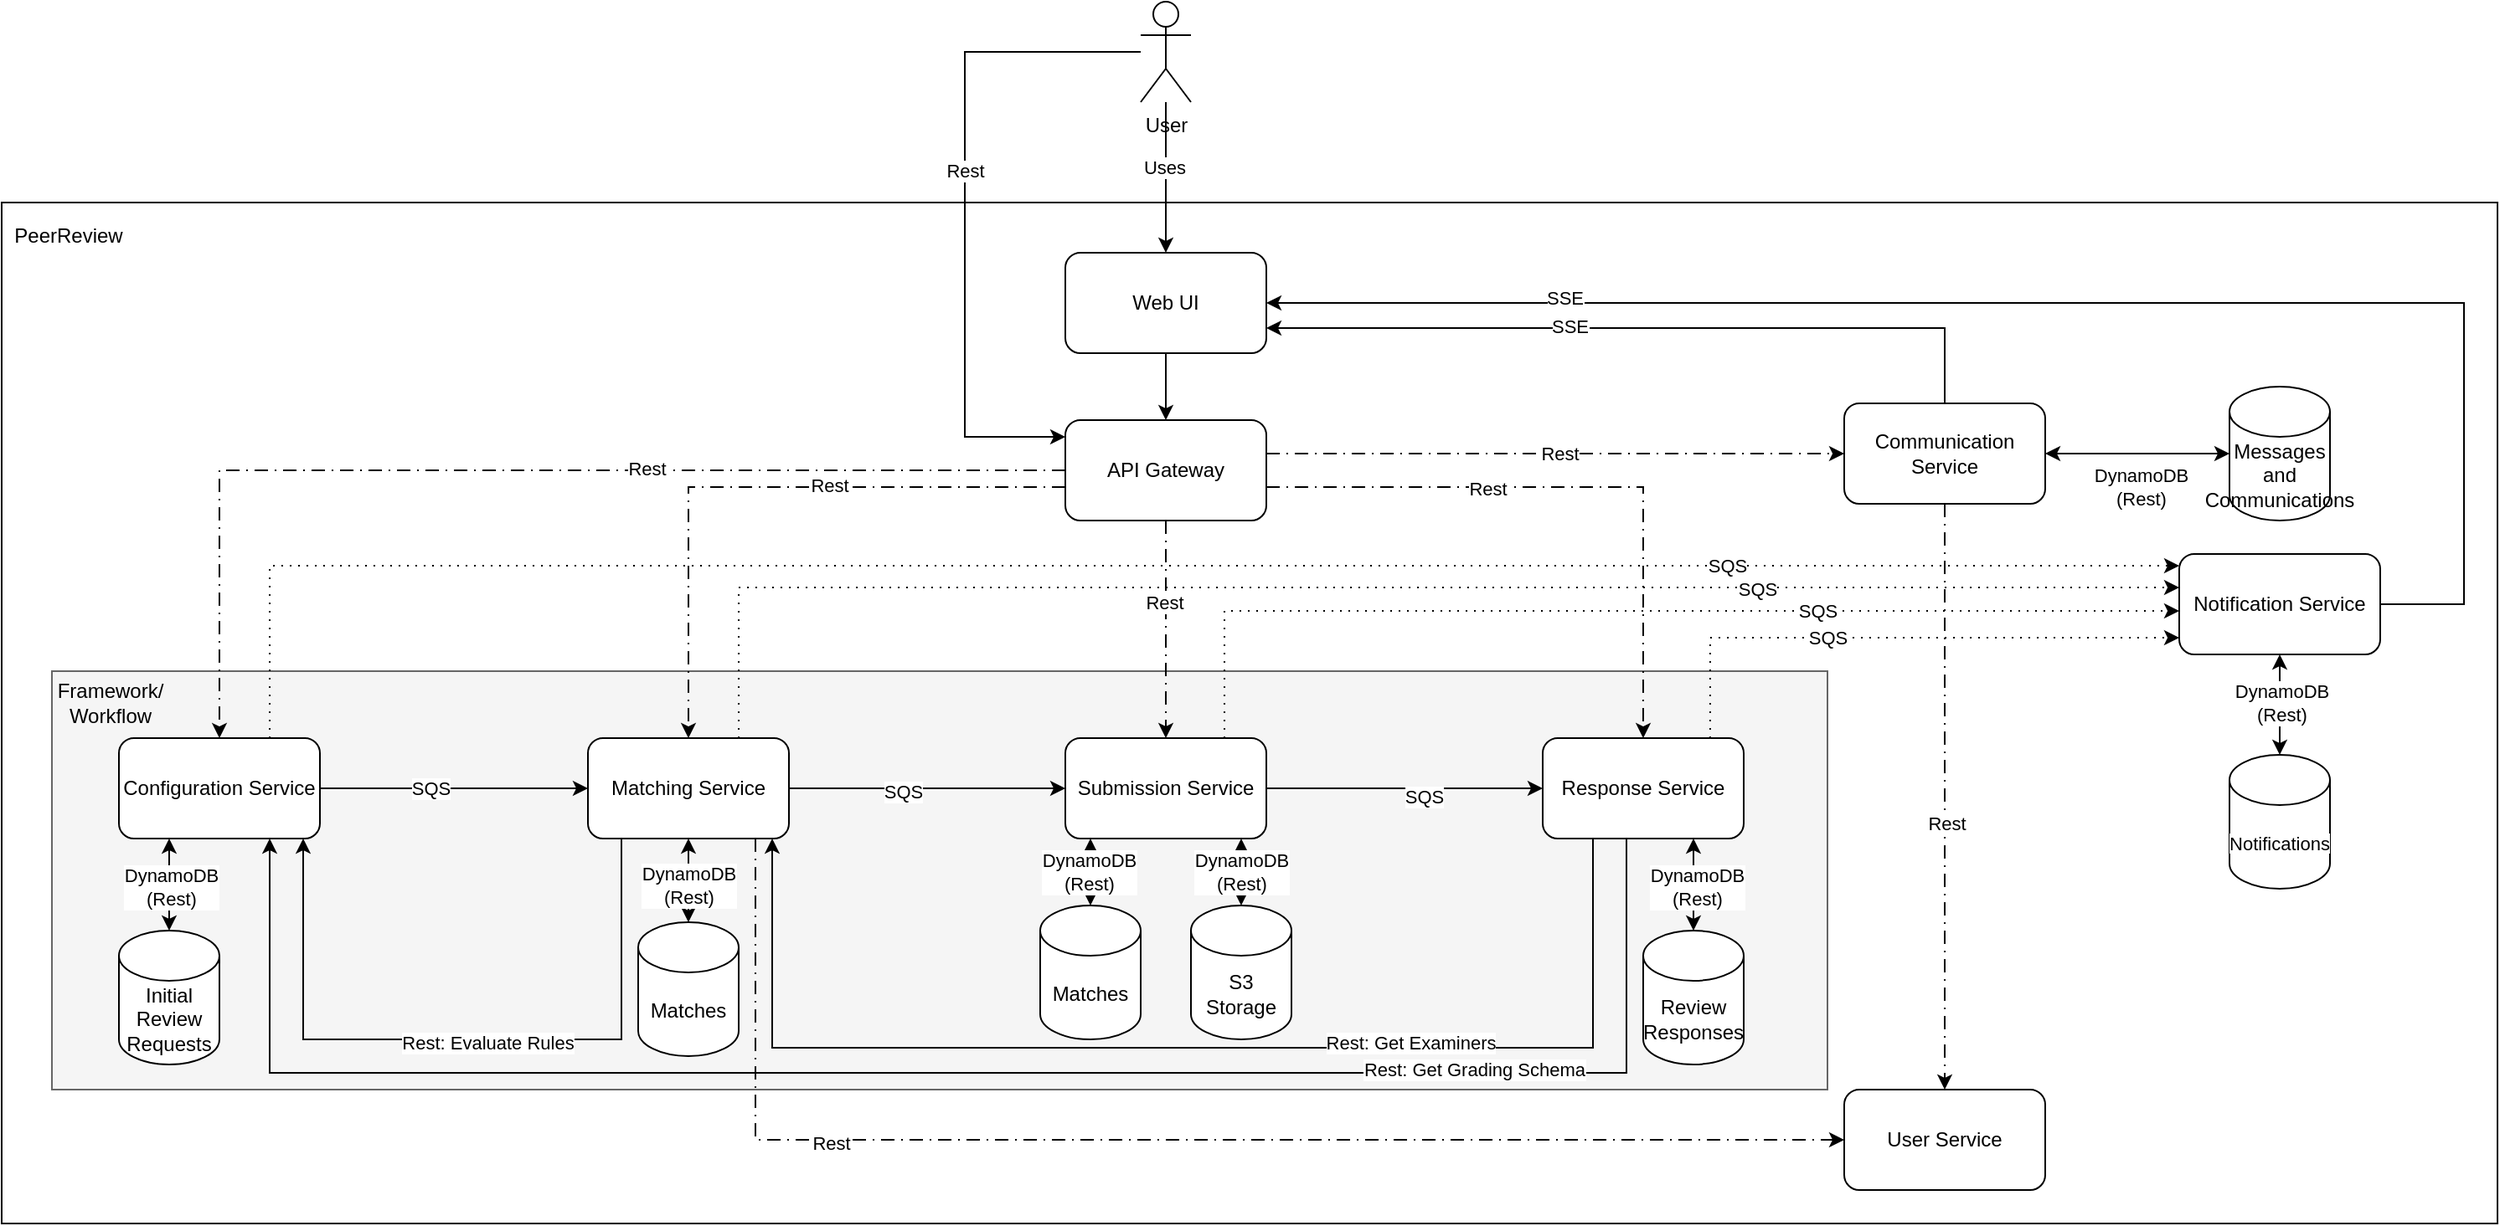
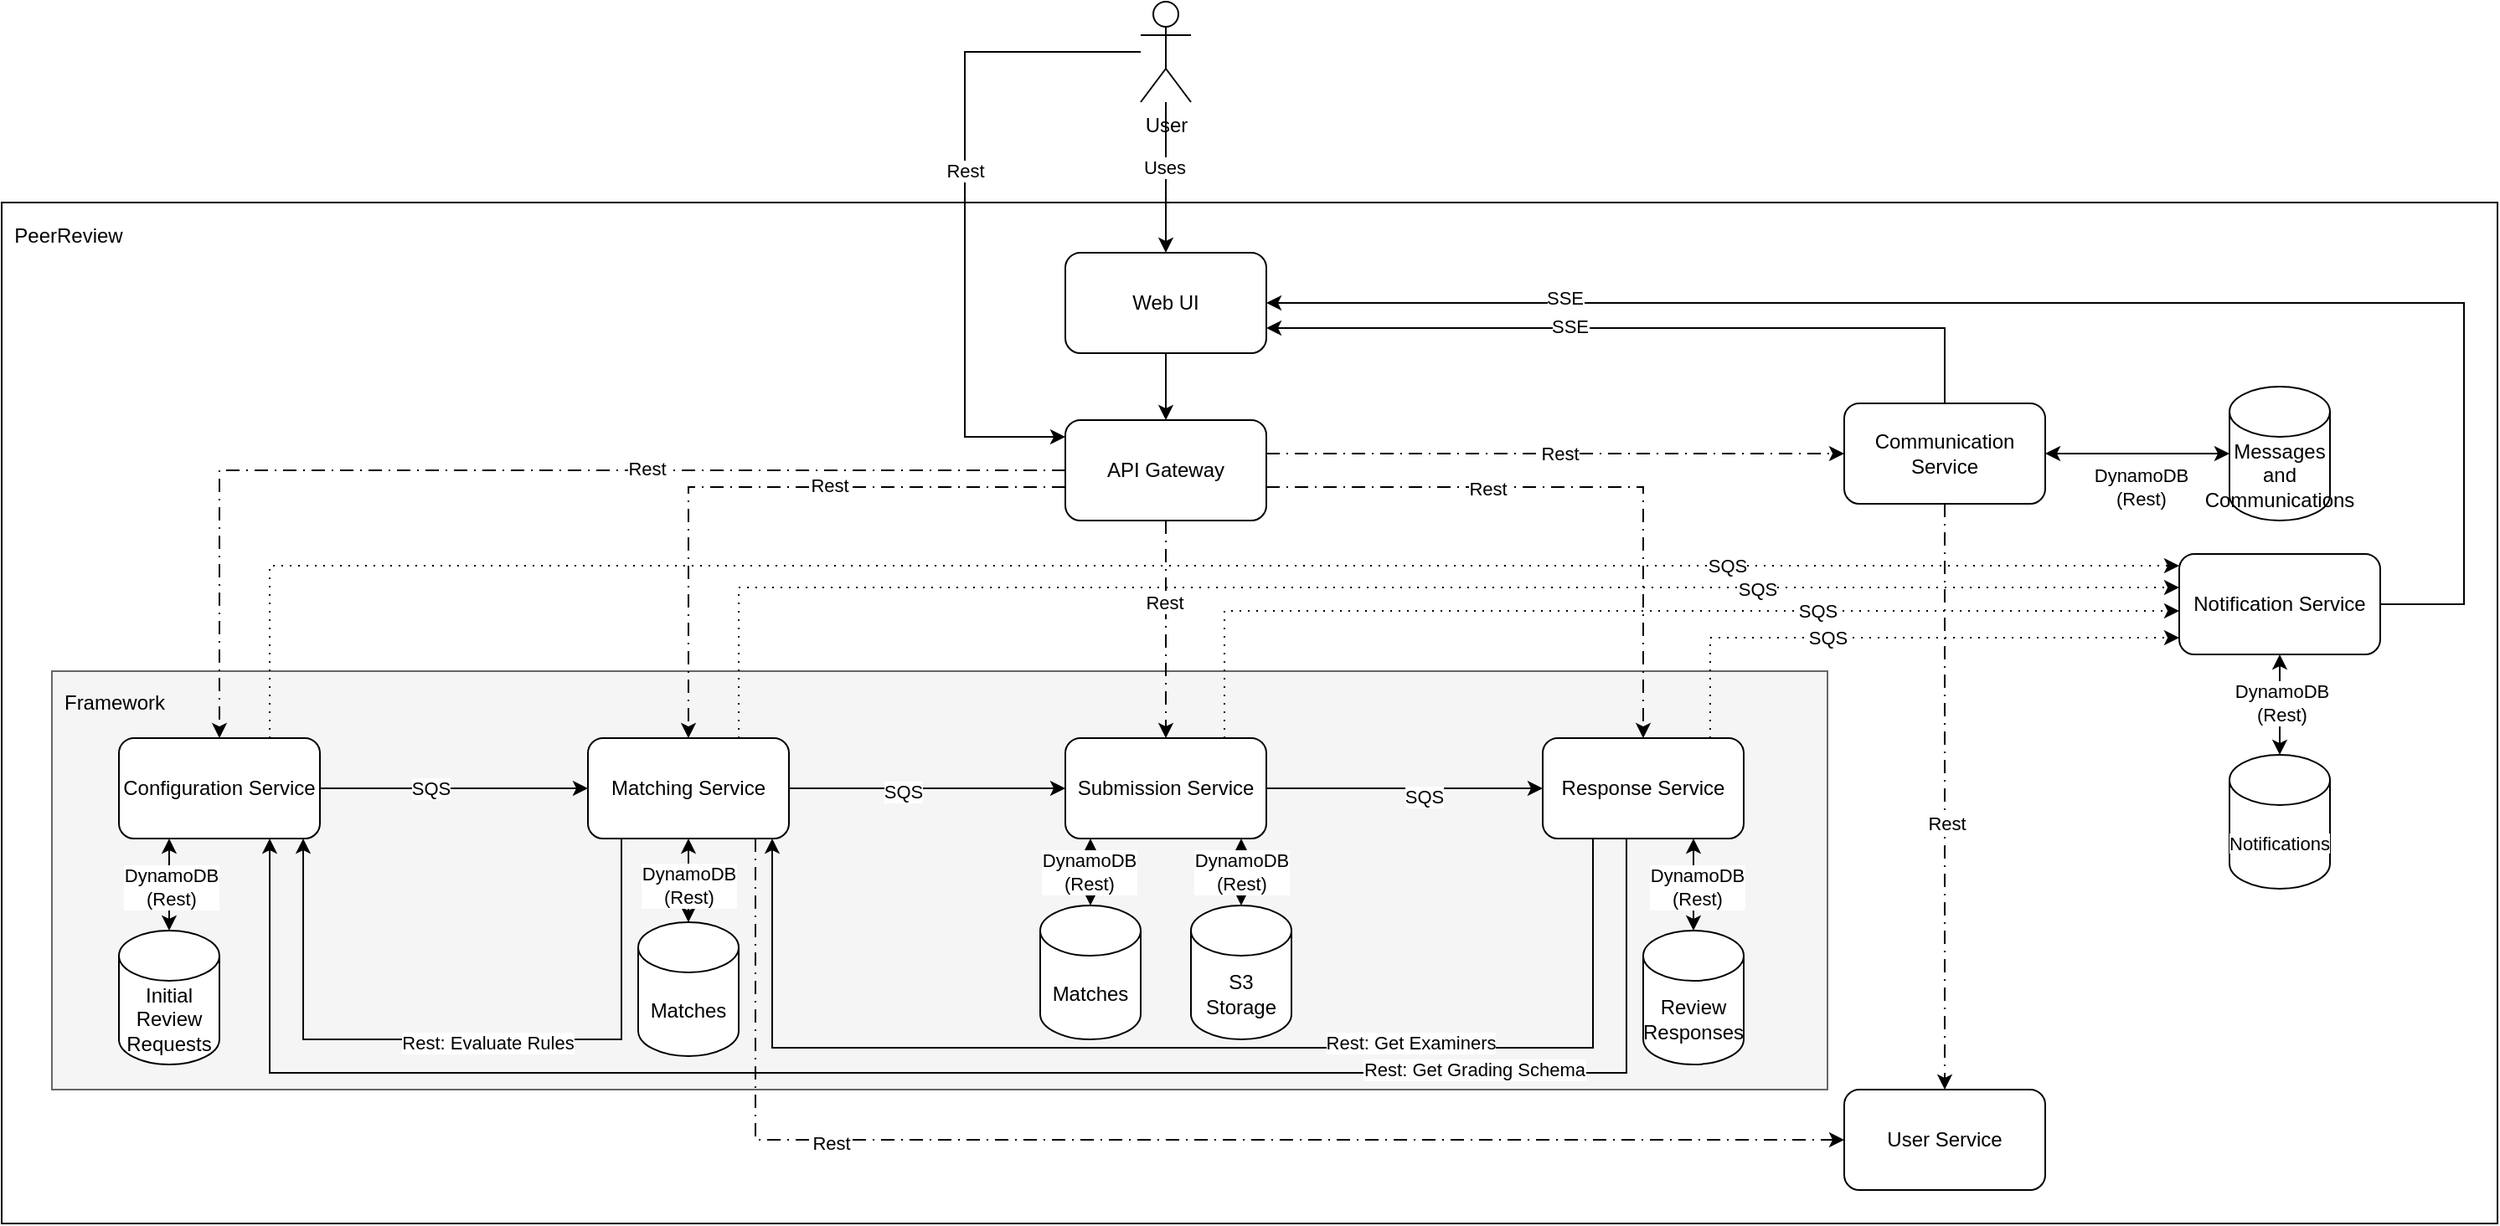
<mxfile host="Electron" agent="Mozilla/5.0 (X11; Linux x86_64) AppleWebKit/537.36 (KHTML, like Gecko) draw.io/28.2.5 Chrome/138.0.7204.251 Electron/37.6.1 Safari/537.36" pages="2">
  <diagram name="High Level" id="ID3RAyzOV6fLb8l5Ptma">
-     <mxGraphModel dx="2727" dy="2542" grid="1" gridSize="10" guides="1" tooltips="1" connect="1" arrows="1" fold="1" page="1" pageScale="1" pageWidth="827" pageHeight="1169" math="0" shadow="0">
+     <mxGraphModel dx="1739" dy="1828" grid="1" gridSize="10" guides="1" tooltips="1" connect="1" arrows="1" fold="1" page="1" pageScale="1" pageWidth="827" pageHeight="1169" math="0" shadow="0">
      <root>
        <mxCell id="0" />
        <mxCell id="1" parent="0" />
        <mxCell id="NVj9iPbqjQfBS6VMhpZ8-39" parent="1" style="rounded=0;whiteSpace=wrap;html=1;strokeColor=default;" value="" vertex="1">
          <mxGeometry height="610" width="1490" x="-40" y="110" as="geometry" />
        </mxCell>
        <mxCell id="slFzvp3YNuIOqwgEVRnD-15" parent="1" style="rounded=0;whiteSpace=wrap;html=1;fillColor=#f5f5f5;fontColor=#333333;strokeColor=#666666;" value="" vertex="1">
          <mxGeometry height="250" width="1060" x="-10" y="390" as="geometry" />
        </mxCell>
        <mxCell id="NVj9iPbqjQfBS6VMhpZ8-58" edge="1" parent="1" source="ausk1SaVNXoRTjEbY8qj-3" style="edgeStyle=orthogonalEdgeStyle;rounded=0;orthogonalLoop=1;jettySize=auto;html=1;dashed=1;dashPattern=8 4 1 4;" target="NVj9iPbqjQfBS6VMhpZ8-6">
          <mxGeometry relative="1" as="geometry">
            <Array as="points">
              <mxPoint x="990" y="260" />
              <mxPoint x="990" y="260" />
            </Array>
          </mxGeometry>
        </mxCell>
        <mxCell id="NVj9iPbqjQfBS6VMhpZ8-59" connectable="0" parent="NVj9iPbqjQfBS6VMhpZ8-58" style="edgeLabel;html=1;align=center;verticalAlign=middle;resizable=0;points=[];" value="Rest" vertex="1">
          <mxGeometry relative="1" x="0.0141" as="geometry">
            <mxPoint as="offset" />
          </mxGeometry>
        </mxCell>
        <mxCell id="ausk1SaVNXoRTjEbY8qj-4" edge="1" parent="1" source="NVj9iPbqjQfBS6VMhpZ8-1" style="edgeStyle=orthogonalEdgeStyle;rounded=0;orthogonalLoop=1;jettySize=auto;html=1;" target="ausk1SaVNXoRTjEbY8qj-3">
          <mxGeometry relative="1" as="geometry">
            <Array as="points">
              <mxPoint x="655" y="250" />
              <mxPoint x="655" y="250" />
            </Array>
          </mxGeometry>
        </mxCell>
        <mxCell id="NVj9iPbqjQfBS6VMhpZ8-1" parent="1" style="rounded=1;whiteSpace=wrap;html=1;" value="Web UI" vertex="1">
          <mxGeometry height="60" width="120" x="595" y="140" as="geometry" />
        </mxCell>
        <mxCell id="NVj9iPbqjQfBS6VMhpZ8-61" edge="1" parent="1" source="NVj9iPbqjQfBS6VMhpZ8-4" style="edgeStyle=orthogonalEdgeStyle;rounded=0;orthogonalLoop=1;jettySize=auto;html=1;dashed=1;dashPattern=1 4;" target="NVj9iPbqjQfBS6VMhpZ8-12">
          <mxGeometry relative="1" as="geometry">
            <Array as="points">
              <mxPoint x="690" y="354" />
            </Array>
          </mxGeometry>
        </mxCell>
        <mxCell id="NVj9iPbqjQfBS6VMhpZ8-62" connectable="0" parent="NVj9iPbqjQfBS6VMhpZ8-61" style="edgeLabel;html=1;align=center;verticalAlign=middle;resizable=0;points=[];" value="SQS" vertex="1">
          <mxGeometry relative="1" x="-0.1511" y="1" as="geometry">
            <mxPoint x="156" y="1" as="offset" />
          </mxGeometry>
        </mxCell>
        <mxCell id="Owhqu0WwL8E9OPZJocHN-1" edge="1" parent="1" source="NVj9iPbqjQfBS6VMhpZ8-4" style="edgeStyle=orthogonalEdgeStyle;rounded=0;orthogonalLoop=1;jettySize=auto;html=1;" target="NVj9iPbqjQfBS6VMhpZ8-13">
          <mxGeometry relative="1" as="geometry" />
        </mxCell>
        <mxCell id="Owhqu0WwL8E9OPZJocHN-2" connectable="0" parent="Owhqu0WwL8E9OPZJocHN-1" style="edgeLabel;html=1;align=center;verticalAlign=middle;resizable=0;points=[];" value="SQS" vertex="1">
          <mxGeometry relative="1" x="0.1487" y="-5" as="geometry">
            <mxPoint x="-1" as="offset" />
          </mxGeometry>
        </mxCell>
        <mxCell id="oAghlbfqgMI8xfLaUeke-15" edge="1" parent="1" source="NVj9iPbqjQfBS6VMhpZ8-4" style="edgeStyle=orthogonalEdgeStyle;rounded=0;orthogonalLoop=1;jettySize=auto;html=1;startArrow=classic;startFill=1;" target="oAghlbfqgMI8xfLaUeke-14">
          <mxGeometry relative="1" as="geometry">
            <Array as="points">
              <mxPoint x="610" y="500" />
              <mxPoint x="610" y="500" />
            </Array>
          </mxGeometry>
        </mxCell>
        <mxCell id="oAghlbfqgMI8xfLaUeke-29" connectable="0" parent="oAghlbfqgMI8xfLaUeke-15" style="edgeLabel;html=1;align=center;verticalAlign=middle;resizable=0;points=[];" value="DynamoDB&lt;br&gt;(Rest)" vertex="1">
          <mxGeometry relative="1" x="-0.0024" y="-1" as="geometry">
            <mxPoint as="offset" />
          </mxGeometry>
        </mxCell>
        <mxCell id="oAghlbfqgMI8xfLaUeke-18" edge="1" parent="1" source="NVj9iPbqjQfBS6VMhpZ8-4" style="edgeStyle=orthogonalEdgeStyle;rounded=0;orthogonalLoop=1;jettySize=auto;html=1;startArrow=classic;startFill=1;" target="oAghlbfqgMI8xfLaUeke-17">
          <mxGeometry relative="1" as="geometry">
            <Array as="points">
              <mxPoint x="700" y="510" />
              <mxPoint x="700" y="510" />
            </Array>
          </mxGeometry>
        </mxCell>
        <mxCell id="oAghlbfqgMI8xfLaUeke-30" connectable="0" parent="oAghlbfqgMI8xfLaUeke-18" style="edgeLabel;html=1;align=center;verticalAlign=middle;resizable=0;points=[];" value="DynamoDB&lt;br&gt;(Rest)" vertex="1">
          <mxGeometry relative="1" x="-0.0024" as="geometry">
            <mxPoint as="offset" />
          </mxGeometry>
        </mxCell>
        <mxCell id="NVj9iPbqjQfBS6VMhpZ8-4" parent="1" style="rounded=1;whiteSpace=wrap;html=1;" value="Submission Service" vertex="1">
          <mxGeometry height="60" width="120" x="595" y="430" as="geometry" />
        </mxCell>
        <mxCell id="NVj9iPbqjQfBS6VMhpZ8-27" edge="1" parent="1" source="NVj9iPbqjQfBS6VMhpZ8-6" style="edgeStyle=orthogonalEdgeStyle;rounded=0;orthogonalLoop=1;jettySize=auto;html=1;startArrow=classic;startFill=1;" target="NVj9iPbqjQfBS6VMhpZ8-26">
          <mxGeometry relative="1" as="geometry" />
        </mxCell>
        <mxCell id="NVj9iPbqjQfBS6VMhpZ8-34" connectable="0" parent="NVj9iPbqjQfBS6VMhpZ8-27" style="edgeLabel;html=1;align=center;verticalAlign=middle;resizable=0;points=[];" value="DynamoDB&lt;br&gt;(Rest)" vertex="1">
          <mxGeometry relative="1" x="-0.2444" y="-3" as="geometry">
            <mxPoint x="15" y="17" as="offset" />
          </mxGeometry>
        </mxCell>
        <mxCell id="cuKvIMZ_K0Dogn1DT0qO-4" edge="1" parent="1" source="NVj9iPbqjQfBS6VMhpZ8-6" style="edgeStyle=orthogonalEdgeStyle;rounded=0;orthogonalLoop=1;jettySize=auto;html=1;dashed=1;dashPattern=8 4 1 4;" target="cuKvIMZ_K0Dogn1DT0qO-1">
          <mxGeometry relative="1" as="geometry">
            <Array as="points">
              <mxPoint x="1120" y="690" />
            </Array>
          </mxGeometry>
        </mxCell>
        <mxCell id="oAghlbfqgMI8xfLaUeke-26" connectable="0" parent="cuKvIMZ_K0Dogn1DT0qO-4" style="edgeLabel;html=1;align=center;verticalAlign=middle;resizable=0;points=[];" value="Rest" vertex="1">
          <mxGeometry relative="1" x="0.0886" y="1" as="geometry">
            <mxPoint as="offset" />
          </mxGeometry>
        </mxCell>
        <mxCell id="oAghlbfqgMI8xfLaUeke-19" edge="1" parent="1" source="NVj9iPbqjQfBS6VMhpZ8-6" style="edgeStyle=orthogonalEdgeStyle;rounded=0;orthogonalLoop=1;jettySize=auto;html=1;entryX=1;entryY=0.75;entryDx=0;entryDy=0;" target="NVj9iPbqjQfBS6VMhpZ8-1">
          <mxGeometry relative="1" as="geometry">
            <Array as="points">
              <mxPoint x="1120" y="185" />
            </Array>
          </mxGeometry>
        </mxCell>
        <mxCell id="oAghlbfqgMI8xfLaUeke-20" connectable="0" parent="oAghlbfqgMI8xfLaUeke-19" style="edgeLabel;html=1;align=center;verticalAlign=middle;resizable=0;points=[];" value="SSE" vertex="1">
          <mxGeometry relative="1" x="0.1949" y="-1" as="geometry">
            <mxPoint as="offset" />
          </mxGeometry>
        </mxCell>
        <mxCell id="NVj9iPbqjQfBS6VMhpZ8-6" parent="1" style="rounded=1;whiteSpace=wrap;html=1;" value="Communication Service" vertex="1">
          <mxGeometry height="60" width="120" x="1060" y="230" as="geometry" />
        </mxCell>
        <mxCell id="NVj9iPbqjQfBS6VMhpZ8-43" edge="1" parent="1" source="NVj9iPbqjQfBS6VMhpZ8-12" style="edgeStyle=orthogonalEdgeStyle;rounded=0;orthogonalLoop=1;jettySize=auto;html=1;" target="NVj9iPbqjQfBS6VMhpZ8-1">
          <mxGeometry relative="1" as="geometry">
            <Array as="points">
              <mxPoint x="1430" y="350" />
              <mxPoint x="1430" y="170" />
            </Array>
          </mxGeometry>
        </mxCell>
        <mxCell id="oAghlbfqgMI8xfLaUeke-21" connectable="0" parent="NVj9iPbqjQfBS6VMhpZ8-43" style="edgeLabel;html=1;align=center;verticalAlign=middle;resizable=0;points=[];" value="SSE" vertex="1">
          <mxGeometry relative="1" x="0.6228" y="-3" as="geometry">
            <mxPoint as="offset" />
          </mxGeometry>
        </mxCell>
        <mxCell id="oAghlbfqgMI8xfLaUeke-23" edge="1" parent="1" source="NVj9iPbqjQfBS6VMhpZ8-12" style="edgeStyle=orthogonalEdgeStyle;rounded=0;orthogonalLoop=1;jettySize=auto;html=1;startArrow=classic;startFill=1;" target="oAghlbfqgMI8xfLaUeke-22">
          <mxGeometry relative="1" as="geometry" />
        </mxCell>
        <mxCell id="oAghlbfqgMI8xfLaUeke-25" connectable="0" parent="oAghlbfqgMI8xfLaUeke-23" style="edgeLabel;html=1;align=center;verticalAlign=middle;resizable=0;points=[];" value="DynamoDB&lt;br&gt;(Rest)" vertex="1">
          <mxGeometry relative="1" x="0.0584" as="geometry">
            <mxPoint x="1" y="-3" as="offset" />
          </mxGeometry>
        </mxCell>
        <mxCell id="NVj9iPbqjQfBS6VMhpZ8-12" parent="1" style="rounded=1;whiteSpace=wrap;html=1;" value="Notification Service" vertex="1">
          <mxGeometry height="60" width="120" x="1260" y="320" as="geometry" />
        </mxCell>
        <mxCell id="NVj9iPbqjQfBS6VMhpZ8-69" edge="1" parent="1" source="NVj9iPbqjQfBS6VMhpZ8-13" style="edgeStyle=orthogonalEdgeStyle;rounded=0;orthogonalLoop=1;jettySize=auto;html=1;dashed=1;dashPattern=1 4;" target="NVj9iPbqjQfBS6VMhpZ8-12">
          <mxGeometry relative="1" as="geometry">
            <Array as="points">
              <mxPoint x="980" y="370" />
            </Array>
          </mxGeometry>
        </mxCell>
        <mxCell id="NVj9iPbqjQfBS6VMhpZ8-70" connectable="0" parent="NVj9iPbqjQfBS6VMhpZ8-69" style="edgeLabel;html=1;align=center;verticalAlign=middle;resizable=0;points=[];" value="SQS" vertex="1">
          <mxGeometry relative="1" x="-0.2" y="-1" as="geometry">
            <mxPoint x="-6" y="-1" as="offset" />
          </mxGeometry>
        </mxCell>
        <mxCell id="Owhqu0WwL8E9OPZJocHN-3" edge="1" parent="1" source="NVj9iPbqjQfBS6VMhpZ8-13" style="edgeStyle=orthogonalEdgeStyle;rounded=0;orthogonalLoop=1;jettySize=auto;html=1;entryX=0.75;entryY=1;entryDx=0;entryDy=0;" target="slFzvp3YNuIOqwgEVRnD-1">
          <mxGeometry relative="1" as="geometry">
            <Array as="points">
              <mxPoint x="930" y="630" />
              <mxPoint x="120" y="630" />
            </Array>
          </mxGeometry>
        </mxCell>
        <mxCell id="Owhqu0WwL8E9OPZJocHN-4" connectable="0" parent="Owhqu0WwL8E9OPZJocHN-3" style="edgeLabel;html=1;align=center;verticalAlign=middle;resizable=0;points=[];" value="Rest: Get Grading Schema" vertex="1">
          <mxGeometry relative="1" x="-0.2274" as="geometry">
            <mxPoint x="190" y="-2" as="offset" />
          </mxGeometry>
        </mxCell>
        <mxCell id="Owhqu0WwL8E9OPZJocHN-5" edge="1" parent="1" source="NVj9iPbqjQfBS6VMhpZ8-13" style="edgeStyle=orthogonalEdgeStyle;rounded=0;orthogonalLoop=1;jettySize=auto;html=1;" target="slFzvp3YNuIOqwgEVRnD-6">
          <mxGeometry relative="1" as="geometry">
            <Array as="points">
              <mxPoint x="910" y="615" />
              <mxPoint x="420" y="615" />
            </Array>
          </mxGeometry>
        </mxCell>
        <mxCell id="Owhqu0WwL8E9OPZJocHN-6" connectable="0" parent="Owhqu0WwL8E9OPZJocHN-5" style="edgeLabel;html=1;align=center;verticalAlign=middle;resizable=0;points=[];" value="Rest: Get Examiners" vertex="1">
          <mxGeometry relative="1" x="-0.063" y="-3" as="geometry">
            <mxPoint x="112" as="offset" />
          </mxGeometry>
        </mxCell>
        <mxCell id="oAghlbfqgMI8xfLaUeke-27" edge="1" parent="1" source="NVj9iPbqjQfBS6VMhpZ8-13" style="edgeStyle=orthogonalEdgeStyle;rounded=0;orthogonalLoop=1;jettySize=auto;html=1;startArrow=classic;startFill=1;" target="oAghlbfqgMI8xfLaUeke-16">
          <mxGeometry relative="1" as="geometry">
            <Array as="points">
              <mxPoint x="970" y="510" />
              <mxPoint x="970" y="510" />
            </Array>
          </mxGeometry>
        </mxCell>
        <mxCell id="oAghlbfqgMI8xfLaUeke-28" connectable="0" parent="oAghlbfqgMI8xfLaUeke-27" style="edgeLabel;html=1;align=center;verticalAlign=middle;resizable=0;points=[];" value="DynamoDB&lt;br&gt;(Rest)" vertex="1">
          <mxGeometry relative="1" x="0.0303" y="2" as="geometry">
            <mxPoint as="offset" />
          </mxGeometry>
        </mxCell>
        <mxCell id="NVj9iPbqjQfBS6VMhpZ8-13" parent="1" style="rounded=1;whiteSpace=wrap;html=1;" value="Response Service" vertex="1">
          <mxGeometry height="60" width="120" x="880" y="430" as="geometry" />
        </mxCell>
        <mxCell id="NVj9iPbqjQfBS6VMhpZ8-26" parent="1" style="shape=cylinder3;whiteSpace=wrap;html=1;boundedLbl=1;backgroundOutline=1;size=15;" value="&lt;div&gt;Messages &lt;br&gt;and Communications&lt;/div&gt;" vertex="1">
          <mxGeometry height="80" width="60" x="1290" y="220" as="geometry" />
        </mxCell>
        <mxCell id="NVj9iPbqjQfBS6VMhpZ8-41" edge="1" parent="1" source="NVj9iPbqjQfBS6VMhpZ8-38" style="edgeStyle=orthogonalEdgeStyle;rounded=0;orthogonalLoop=1;jettySize=auto;html=1;entryX=0.5;entryY=0;entryDx=0;entryDy=0;" target="NVj9iPbqjQfBS6VMhpZ8-1">
          <mxGeometry relative="1" as="geometry" />
        </mxCell>
        <mxCell id="NVj9iPbqjQfBS6VMhpZ8-42" connectable="0" parent="NVj9iPbqjQfBS6VMhpZ8-41" style="edgeLabel;html=1;align=center;verticalAlign=middle;resizable=0;points=[];" value="Uses" vertex="1">
          <mxGeometry relative="1" x="-0.1348" y="-1" as="geometry">
            <mxPoint as="offset" />
          </mxGeometry>
        </mxCell>
        <mxCell id="FmUHRXMwn8OitpMJVP8s-4" edge="1" parent="1" source="NVj9iPbqjQfBS6VMhpZ8-38" style="edgeStyle=orthogonalEdgeStyle;rounded=0;orthogonalLoop=1;jettySize=auto;html=1;" target="ausk1SaVNXoRTjEbY8qj-3">
          <mxGeometry relative="1" as="geometry">
            <Array as="points">
              <mxPoint x="535" y="20" />
              <mxPoint x="535" y="250" />
            </Array>
          </mxGeometry>
        </mxCell>
        <mxCell id="FmUHRXMwn8OitpMJVP8s-5" connectable="0" parent="FmUHRXMwn8OitpMJVP8s-4" style="edgeLabel;html=1;align=center;verticalAlign=middle;resizable=0;points=[];" value="Rest" vertex="1">
          <mxGeometry relative="1" x="-0.1078" as="geometry">
            <mxPoint as="offset" />
          </mxGeometry>
        </mxCell>
        <mxCell id="NVj9iPbqjQfBS6VMhpZ8-38" parent="1" style="shape=umlActor;verticalLabelPosition=bottom;verticalAlign=top;html=1;outlineConnect=0;" value="User" vertex="1">
          <mxGeometry height="60" width="30" x="640" y="-10" as="geometry" />
        </mxCell>
        <mxCell id="NVj9iPbqjQfBS6VMhpZ8-45" parent="1" style="text;html=1;whiteSpace=wrap;strokeColor=none;fillColor=none;align=center;verticalAlign=middle;rounded=0;" value="PeerReview" vertex="1">
          <mxGeometry height="40" width="80" x="-40" y="110" as="geometry" />
        </mxCell>
        <mxCell id="ausk1SaVNXoRTjEbY8qj-5" edge="1" parent="1" source="ausk1SaVNXoRTjEbY8qj-3" style="edgeStyle=orthogonalEdgeStyle;rounded=0;orthogonalLoop=1;jettySize=auto;html=1;dashed=1;dashPattern=8 4 1 4;" target="NVj9iPbqjQfBS6VMhpZ8-4">
          <mxGeometry relative="1" as="geometry">
            <Array as="points">
              <mxPoint x="655" y="370" />
              <mxPoint x="655" y="370" />
            </Array>
          </mxGeometry>
        </mxCell>
        <mxCell id="FmUHRXMwn8OitpMJVP8s-1" connectable="0" parent="ausk1SaVNXoRTjEbY8qj-5" style="edgeLabel;html=1;align=center;verticalAlign=middle;resizable=0;points=[];" value="Rest" vertex="1">
          <mxGeometry relative="1" x="-0.2464" y="-1" as="geometry">
            <mxPoint as="offset" />
          </mxGeometry>
        </mxCell>
        <mxCell id="ausk1SaVNXoRTjEbY8qj-7" edge="1" parent="1" source="ausk1SaVNXoRTjEbY8qj-3" style="edgeStyle=orthogonalEdgeStyle;rounded=0;orthogonalLoop=1;jettySize=auto;html=1;dashed=1;dashPattern=8 4 1 4;" target="NVj9iPbqjQfBS6VMhpZ8-13">
          <mxGeometry relative="1" as="geometry">
            <Array as="points">
              <mxPoint x="940" y="280" />
            </Array>
          </mxGeometry>
        </mxCell>
        <mxCell id="FmUHRXMwn8OitpMJVP8s-3" connectable="0" parent="ausk1SaVNXoRTjEbY8qj-7" style="edgeLabel;html=1;align=center;verticalAlign=middle;resizable=0;points=[];" value="Rest" vertex="1">
          <mxGeometry relative="1" x="-0.2977" y="-1" as="geometry">
            <mxPoint as="offset" />
          </mxGeometry>
        </mxCell>
        <mxCell id="ausk1SaVNXoRTjEbY8qj-3" parent="1" style="rounded=1;whiteSpace=wrap;html=1;" value="API Gateway" vertex="1">
          <mxGeometry height="60" width="120" x="595" y="240" as="geometry" />
        </mxCell>
        <mxCell id="slFzvp3YNuIOqwgEVRnD-4" edge="1" parent="1" source="slFzvp3YNuIOqwgEVRnD-6" style="edgeStyle=orthogonalEdgeStyle;rounded=0;orthogonalLoop=1;jettySize=auto;html=1;" target="NVj9iPbqjQfBS6VMhpZ8-4">
          <mxGeometry relative="1" as="geometry" />
        </mxCell>
        <mxCell id="slFzvp3YNuIOqwgEVRnD-11" connectable="0" parent="slFzvp3YNuIOqwgEVRnD-4" style="edgeLabel;html=1;align=center;verticalAlign=middle;resizable=0;points=[];" value="SQS" vertex="1">
          <mxGeometry relative="1" x="-0.1836" y="-2" as="geometry">
            <mxPoint as="offset" />
          </mxGeometry>
        </mxCell>
        <mxCell id="oAghlbfqgMI8xfLaUeke-3" edge="1" parent="1" source="slFzvp3YNuIOqwgEVRnD-1" style="edgeStyle=orthogonalEdgeStyle;rounded=0;orthogonalLoop=1;jettySize=auto;html=1;startArrow=classic;startFill=1;" target="oAghlbfqgMI8xfLaUeke-2">
          <mxGeometry relative="1" as="geometry">
            <Array as="points">
              <mxPoint x="60" y="500" />
              <mxPoint x="60" y="500" />
            </Array>
          </mxGeometry>
        </mxCell>
        <mxCell id="oAghlbfqgMI8xfLaUeke-4" connectable="0" parent="oAghlbfqgMI8xfLaUeke-3" style="edgeLabel;html=1;align=center;verticalAlign=middle;resizable=0;points=[];" value="DynamoDB&lt;br&gt;(Rest)" vertex="1">
          <mxGeometry relative="1" x="0.042" y="1" as="geometry">
            <mxPoint as="offset" />
          </mxGeometry>
        </mxCell>
        <mxCell id="oAghlbfqgMI8xfLaUeke-7" edge="1" parent="1" source="slFzvp3YNuIOqwgEVRnD-1" style="edgeStyle=orthogonalEdgeStyle;rounded=0;orthogonalLoop=1;jettySize=auto;html=1;dashed=1;dashPattern=1 4;" target="NVj9iPbqjQfBS6VMhpZ8-12">
          <mxGeometry relative="1" as="geometry">
            <Array as="points">
              <mxPoint x="120" y="327" />
            </Array>
          </mxGeometry>
        </mxCell>
        <mxCell id="oAghlbfqgMI8xfLaUeke-8" connectable="0" parent="oAghlbfqgMI8xfLaUeke-7" style="edgeLabel;html=1;align=center;verticalAlign=middle;resizable=0;points=[];" value="SQS" vertex="1">
          <mxGeometry relative="1" x="0.5648" as="geometry">
            <mxPoint as="offset" />
          </mxGeometry>
        </mxCell>
        <mxCell id="slFzvp3YNuIOqwgEVRnD-1" parent="1" style="rounded=1;whiteSpace=wrap;html=1;" value="Configuration Service" vertex="1">
          <mxGeometry height="60" width="120" x="30" y="430" as="geometry" />
        </mxCell>
        <mxCell id="slFzvp3YNuIOqwgEVRnD-2" edge="1" parent="1" source="ausk1SaVNXoRTjEbY8qj-3" style="edgeStyle=orthogonalEdgeStyle;rounded=0;orthogonalLoop=1;jettySize=auto;html=1;dashed=1;dashPattern=8 4 1 4;" target="slFzvp3YNuIOqwgEVRnD-1">
          <mxGeometry relative="1" as="geometry">
            <Array as="points">
              <mxPoint x="90" y="270" />
            </Array>
            <mxPoint x="580" y="290" as="sourcePoint" />
            <mxPoint x="440" y="390" as="targetPoint" />
          </mxGeometry>
        </mxCell>
        <mxCell id="slFzvp3YNuIOqwgEVRnD-3" connectable="0" parent="slFzvp3YNuIOqwgEVRnD-2" style="edgeLabel;html=1;align=center;verticalAlign=middle;resizable=0;points=[];" value="Rest" vertex="1">
          <mxGeometry relative="1" x="-0.2464" y="-1" as="geometry">
            <mxPoint as="offset" />
          </mxGeometry>
        </mxCell>
        <mxCell id="slFzvp3YNuIOqwgEVRnD-7" edge="1" parent="1" source="slFzvp3YNuIOqwgEVRnD-1" style="edgeStyle=orthogonalEdgeStyle;rounded=0;orthogonalLoop=1;jettySize=auto;html=1;" target="slFzvp3YNuIOqwgEVRnD-6" value="">
          <mxGeometry relative="1" as="geometry">
            <mxPoint x="150" y="460" as="sourcePoint" />
            <mxPoint x="340" y="460" as="targetPoint" />
          </mxGeometry>
        </mxCell>
        <mxCell id="slFzvp3YNuIOqwgEVRnD-8" connectable="0" parent="slFzvp3YNuIOqwgEVRnD-7" style="edgeLabel;html=1;align=center;verticalAlign=middle;resizable=0;points=[];" value="SQS" vertex="1">
          <mxGeometry relative="1" x="-0.183" as="geometry">
            <mxPoint as="offset" />
          </mxGeometry>
        </mxCell>
        <mxCell id="cuKvIMZ_K0Dogn1DT0qO-2" edge="1" parent="1" source="slFzvp3YNuIOqwgEVRnD-6" style="edgeStyle=orthogonalEdgeStyle;rounded=0;orthogonalLoop=1;jettySize=auto;html=1;dashed=1;dashPattern=8 4 1 4;" target="cuKvIMZ_K0Dogn1DT0qO-1">
          <mxGeometry relative="1" as="geometry">
            <Array as="points">
              <mxPoint x="410" y="670" />
            </Array>
          </mxGeometry>
        </mxCell>
        <mxCell id="oAghlbfqgMI8xfLaUeke-1" connectable="0" parent="cuKvIMZ_K0Dogn1DT0qO-2" style="edgeLabel;html=1;align=center;verticalAlign=middle;resizable=0;points=[];" value="Rest" vertex="1">
          <mxGeometry relative="1" x="-0.4577" y="-2" as="geometry">
            <mxPoint as="offset" />
          </mxGeometry>
        </mxCell>
        <mxCell id="Owhqu0WwL8E9OPZJocHN-7" edge="1" parent="1" source="slFzvp3YNuIOqwgEVRnD-6" style="edgeStyle=orthogonalEdgeStyle;rounded=0;orthogonalLoop=1;jettySize=auto;html=1;" target="slFzvp3YNuIOqwgEVRnD-1">
          <mxGeometry relative="1" as="geometry">
            <Array as="points">
              <mxPoint x="330" y="610" />
              <mxPoint x="140" y="610" />
            </Array>
          </mxGeometry>
        </mxCell>
        <mxCell id="Owhqu0WwL8E9OPZJocHN-8" connectable="0" parent="Owhqu0WwL8E9OPZJocHN-7" style="edgeLabel;html=1;align=center;verticalAlign=middle;resizable=0;points=[];" value="Rest: Evaluate Rules" vertex="1">
          <mxGeometry relative="1" x="-0.3399" y="2" as="geometry">
            <mxPoint x="-58" as="offset" />
          </mxGeometry>
        </mxCell>
        <mxCell id="oAghlbfqgMI8xfLaUeke-5" edge="1" parent="1" source="slFzvp3YNuIOqwgEVRnD-6" style="edgeStyle=orthogonalEdgeStyle;rounded=0;orthogonalLoop=1;jettySize=auto;html=1;dashed=1;dashPattern=1 4;" target="NVj9iPbqjQfBS6VMhpZ8-12">
          <mxGeometry relative="1" as="geometry">
            <Array as="points">
              <mxPoint x="400" y="340" />
            </Array>
          </mxGeometry>
        </mxCell>
        <mxCell id="oAghlbfqgMI8xfLaUeke-6" connectable="0" parent="oAghlbfqgMI8xfLaUeke-5" style="edgeLabel;html=1;align=center;verticalAlign=middle;resizable=0;points=[];" value="SQS" vertex="1">
          <mxGeometry relative="1" x="0.5459" y="-1" as="geometry">
            <mxPoint x="-37" as="offset" />
          </mxGeometry>
        </mxCell>
        <mxCell id="oAghlbfqgMI8xfLaUeke-12" edge="1" parent="1" source="slFzvp3YNuIOqwgEVRnD-6" style="edgeStyle=orthogonalEdgeStyle;rounded=0;orthogonalLoop=1;jettySize=auto;html=1;startArrow=classic;startFill=1;" target="oAghlbfqgMI8xfLaUeke-11">
          <mxGeometry relative="1" as="geometry" />
        </mxCell>
        <mxCell id="oAghlbfqgMI8xfLaUeke-13" connectable="0" parent="oAghlbfqgMI8xfLaUeke-12" style="edgeLabel;html=1;align=center;verticalAlign=middle;resizable=0;points=[];" value="DynamoDB&lt;br&gt;(Rest)" vertex="1">
          <mxGeometry relative="1" x="0.0933" as="geometry">
            <mxPoint as="offset" />
          </mxGeometry>
        </mxCell>
        <mxCell id="slFzvp3YNuIOqwgEVRnD-6" parent="1" style="rounded=1;whiteSpace=wrap;html=1;" value="Matching Service" vertex="1">
          <mxGeometry height="60" width="120" x="310" y="430" as="geometry" />
        </mxCell>
        <mxCell id="slFzvp3YNuIOqwgEVRnD-9" edge="1" parent="1" source="ausk1SaVNXoRTjEbY8qj-3" style="edgeStyle=orthogonalEdgeStyle;rounded=0;orthogonalLoop=1;jettySize=auto;html=1;dashed=1;dashPattern=8 4 1 4;" target="slFzvp3YNuIOqwgEVRnD-6">
          <mxGeometry relative="1" as="geometry">
            <Array as="points">
              <mxPoint x="370" y="280" />
            </Array>
            <mxPoint x="340" y="280" as="sourcePoint" />
            <mxPoint x="300" y="420" as="targetPoint" />
          </mxGeometry>
        </mxCell>
        <mxCell id="slFzvp3YNuIOqwgEVRnD-10" connectable="0" parent="slFzvp3YNuIOqwgEVRnD-9" style="edgeLabel;html=1;align=center;verticalAlign=middle;resizable=0;points=[];" value="Rest" vertex="1">
          <mxGeometry relative="1" x="-0.2464" y="-1" as="geometry">
            <mxPoint as="offset" />
          </mxGeometry>
        </mxCell>
-         <mxCell id="slFzvp3YNuIOqwgEVRnD-16" parent="1" style="text;html=1;whiteSpace=wrap;strokeColor=none;fillColor=none;align=center;verticalAlign=middle;rounded=0;" value="Framework/&lt;br&gt;Workflow" vertex="1">
-           <mxGeometry height="30" width="60" x="-5" y="394" as="geometry" />
+         <mxCell id="slFzvp3YNuIOqwgEVRnD-16" parent="1" style="text;html=1;whiteSpace=wrap;strokeColor=none;fillColor=none;align=center;verticalAlign=middle;rounded=0;" value="Framework" vertex="1">
+           <mxGeometry height="30" width="65" x="-5" y="394" as="geometry" />
        </mxCell>
        <mxCell id="cuKvIMZ_K0Dogn1DT0qO-1" parent="1" style="rounded=1;whiteSpace=wrap;html=1;" value="User Service" vertex="1">
          <mxGeometry height="60" width="120" x="1060" y="640" as="geometry" />
        </mxCell>
        <mxCell id="oAghlbfqgMI8xfLaUeke-2" parent="1" style="shape=cylinder3;whiteSpace=wrap;html=1;boundedLbl=1;backgroundOutline=1;size=15;" value="Initial Review Requests" vertex="1">
          <mxGeometry height="80" width="60" x="30" y="545" as="geometry" />
        </mxCell>
        <mxCell id="oAghlbfqgMI8xfLaUeke-11" parent="1" style="shape=cylinder3;whiteSpace=wrap;html=1;boundedLbl=1;backgroundOutline=1;size=15;" value="Matches" vertex="1">
          <mxGeometry height="80" width="60" x="340" y="540" as="geometry" />
        </mxCell>
        <mxCell id="oAghlbfqgMI8xfLaUeke-14" parent="1" style="shape=cylinder3;whiteSpace=wrap;html=1;boundedLbl=1;backgroundOutline=1;size=15;" value="Matches" vertex="1">
          <mxGeometry height="80" width="60" x="580" y="530" as="geometry" />
        </mxCell>
        <mxCell id="oAghlbfqgMI8xfLaUeke-16" parent="1" style="shape=cylinder3;whiteSpace=wrap;html=1;boundedLbl=1;backgroundOutline=1;size=15;" value="Review&lt;br&gt;Responses" vertex="1">
          <mxGeometry height="80" width="60" x="940" y="545" as="geometry" />
        </mxCell>
        <mxCell id="oAghlbfqgMI8xfLaUeke-17" parent="1" style="shape=cylinder3;whiteSpace=wrap;html=1;boundedLbl=1;backgroundOutline=1;size=15;" value="S3 Storage" vertex="1">
          <mxGeometry height="80" width="60" x="670" y="530" as="geometry" />
        </mxCell>
        <mxCell id="oAghlbfqgMI8xfLaUeke-22" parent="1" style="shape=cylinder3;whiteSpace=wrap;html=1;boundedLbl=1;backgroundOutline=1;size=15;" value="&lt;span style=&quot;font-size: 11px; white-space: nowrap; background-color: rgb(255, 255, 255);&quot;&gt;Notifications&lt;/span&gt;" vertex="1">
          <mxGeometry height="80" width="60" x="1290" y="440" as="geometry" />
        </mxCell>
      </root>
    </mxGraphModel>
  </diagram>
  <diagram id="5QttxB4BTeYqXKBh0CZs" name="AWS">
-     <mxGraphModel dx="633" dy="1627" grid="1" gridSize="10" guides="1" tooltips="1" connect="1" arrows="1" fold="1" page="1" pageScale="1" pageWidth="827" pageHeight="1169" math="0" shadow="0">
+     <mxGraphModel dx="1425" dy="2199" grid="1" gridSize="10" guides="1" tooltips="1" connect="1" arrows="1" fold="1" page="1" pageScale="1" pageWidth="827" pageHeight="1169" math="0" shadow="0">
      <root>
        <mxCell id="0" />
        <mxCell id="1" parent="0" />
        <mxCell id="StVWuoEk6P6bkURyirUW-1" parent="1" style="points=[[0,0],[0.25,0],[0.5,0],[0.75,0],[1,0],[1,0.25],[1,0.5],[1,0.75],[1,1],[0.75,1],[0.5,1],[0.25,1],[0,1],[0,0.75],[0,0.5],[0,0.25]];outlineConnect=0;gradientColor=none;html=1;whiteSpace=wrap;fontSize=12;fontStyle=0;container=1;pointerEvents=0;collapsible=0;recursiveResize=0;shape=mxgraph.aws4.group;grIcon=mxgraph.aws4.group_account;strokeColor=#CD2264;fillColor=none;verticalAlign=top;align=left;spacingLeft=30;fontColor=#CD2264;dashed=0;" value="AWS Account" vertex="1">
          <mxGeometry height="870" width="950" x="10" y="-210" as="geometry" />
        </mxCell>
        <mxCell id="StVWuoEk6P6bkURyirUW-2" parent="StVWuoEk6P6bkURyirUW-1" style="points=[[0,0],[0.25,0],[0.5,0],[0.75,0],[1,0],[1,0.25],[1,0.5],[1,0.75],[1,1],[0.75,1],[0.5,1],[0.25,1],[0,1],[0,0.75],[0,0.5],[0,0.25]];outlineConnect=0;gradientColor=none;html=1;whiteSpace=wrap;fontSize=12;fontStyle=0;container=1;pointerEvents=0;collapsible=0;recursiveResize=0;shape=mxgraph.aws4.group;grIcon=mxgraph.aws4.group_vpc2;strokeColor=#8C4FFF;fillColor=none;verticalAlign=top;align=left;spacingLeft=30;fontColor=#AAB7B8;dashed=0;" value="VPC" vertex="1">
          <mxGeometry height="410" width="910" x="20" y="290" as="geometry" />
        </mxCell>
        <mxCell id="StVWuoEk6P6bkURyirUW-3" parent="StVWuoEk6P6bkURyirUW-2" style="sketch=0;outlineConnect=0;gradientColor=none;html=1;whiteSpace=wrap;fontSize=12;fontStyle=0;shape=mxgraph.aws4.group;grIcon=mxgraph.aws4.group_subnet;strokeColor=#879196;fillColor=none;verticalAlign=top;align=left;spacingLeft=30;fontColor=#879196;dashed=0;" value="Private IPV6" vertex="1">
          <mxGeometry height="350" width="405" x="495" y="50" as="geometry" />
        </mxCell>
        <mxCell id="StVWuoEk6P6bkURyirUW-4" parent="StVWuoEk6P6bkURyirUW-2" style="sketch=0;outlineConnect=0;gradientColor=none;html=1;whiteSpace=wrap;fontSize=12;fontStyle=0;shape=mxgraph.aws4.group;grIcon=mxgraph.aws4.group_subnet;strokeColor=#879196;fillColor=none;verticalAlign=top;align=left;spacingLeft=30;fontColor=#879196;dashed=0;" value="Public IPv4" vertex="1">
          <mxGeometry height="130" width="130" x="35.32" y="50" as="geometry" />
        </mxCell>
        <mxCell id="StVWuoEk6P6bkURyirUW-5" parent="StVWuoEk6P6bkURyirUW-2" style="rounded=0;whiteSpace=wrap;html=1;fillColor=#f8cecc;strokeColor=#b85450;rotation=-30;" value="&lt;b&gt;&lt;font style=&quot;font-size: 15px;&quot;&gt;NOT IN USE&lt;/font&gt;&lt;/b&gt;" vertex="1">
          <mxGeometry height="20" width="160.64" x="20.000000000000007" y="105" as="geometry" />
        </mxCell>
        <mxCell id="StVWuoEk6P6bkURyirUW-6" parent="StVWuoEk6P6bkURyirUW-2" style="sketch=0;outlineConnect=0;gradientColor=none;html=1;whiteSpace=wrap;fontSize=12;fontStyle=0;shape=mxgraph.aws4.group;grIcon=mxgraph.aws4.group_subnet;strokeColor=#879196;fillColor=none;verticalAlign=top;align=left;spacingLeft=30;fontColor=#879196;dashed=0;" value="Private DualStack" vertex="1">
          <mxGeometry height="330" width="240" x="195" y="50" as="geometry" />
        </mxCell>
        <mxCell id="StVWuoEk6P6bkURyirUW-60" edge="1" parent="StVWuoEk6P6bkURyirUW-2" source="StVWuoEk6P6bkURyirUW-7" style="edgeStyle=orthogonalEdgeStyle;rounded=0;orthogonalLoop=1;jettySize=auto;html=1;" target="StVWuoEk6P6bkURyirUW-54">
          <mxGeometry relative="1" as="geometry">
            <Array as="points">
              <mxPoint x="465" y="200" />
              <mxPoint x="465" y="300" />
            </Array>
          </mxGeometry>
        </mxCell>
        <mxCell id="StVWuoEk6P6bkURyirUW-61" connectable="0" parent="StVWuoEk6P6bkURyirUW-60" style="edgeLabel;html=1;align=center;verticalAlign=middle;resizable=0;points=[];" value="Proxy Request" vertex="1">
          <mxGeometry relative="1" x="-0.4836" y="-1" as="geometry">
            <mxPoint as="offset" />
          </mxGeometry>
        </mxCell>
        <mxCell id="StVWuoEk6P6bkURyirUW-62" edge="1" parent="StVWuoEk6P6bkURyirUW-2" source="StVWuoEk6P6bkURyirUW-7" style="edgeStyle=orthogonalEdgeStyle;rounded=0;orthogonalLoop=1;jettySize=auto;html=1;" target="StVWuoEk6P6bkURyirUW-19">
          <mxGeometry relative="1" as="geometry">
            <Array as="points">
              <mxPoint x="465" y="170" />
              <mxPoint x="465" y="135" />
            </Array>
          </mxGeometry>
        </mxCell>
        <mxCell id="StVWuoEk6P6bkURyirUW-63" connectable="0" parent="StVWuoEk6P6bkURyirUW-62" style="edgeLabel;html=1;align=center;verticalAlign=middle;resizable=0;points=[];" value="DNS" vertex="1">
          <mxGeometry relative="1" x="-0.2695" y="3" as="geometry">
            <mxPoint as="offset" />
          </mxGeometry>
        </mxCell>
        <mxCell id="StVWuoEk6P6bkURyirUW-7" parent="StVWuoEk6P6bkURyirUW-2" style="sketch=0;points=[[0,0,0],[0.25,0,0],[0.5,0,0],[0.75,0,0],[1,0,0],[0,1,0],[0.25,1,0],[0.5,1,0],[0.75,1,0],[1,1,0],[0,0.25,0],[0,0.5,0],[0,0.75,0],[1,0.25,0],[1,0.5,0],[1,0.75,0]];outlineConnect=0;fontColor=#232F3E;fillColor=#ED7100;strokeColor=#ffffff;dashed=0;verticalLabelPosition=bottom;verticalAlign=top;align=center;html=1;fontSize=12;fontStyle=0;aspect=fixed;shape=mxgraph.aws4.resourceIcon;resIcon=mxgraph.aws4.lambda;" value="Lambda ECS Proxy" vertex="1">
          <mxGeometry height="60" width="60" x="285" y="160" as="geometry" />
        </mxCell>
        <mxCell id="_opSp_jGJUgrO-m5j93l-4" edge="1" parent="StVWuoEk6P6bkURyirUW-2" source="StVWuoEk6P6bkURyirUW-54" style="edgeStyle=orthogonalEdgeStyle;rounded=0;orthogonalLoop=1;jettySize=auto;html=1;" target="_opSp_jGJUgrO-m5j93l-2">
          <mxGeometry relative="1" as="geometry">
            <Array as="points">
              <mxPoint x="480" y="320" />
              <mxPoint x="480" y="320" />
            </Array>
          </mxGeometry>
        </mxCell>
        <mxCell id="_opSp_jGJUgrO-m5j93l-5" connectable="0" parent="_opSp_jGJUgrO-m5j93l-4" style="edgeLabel;html=1;align=center;verticalAlign=middle;resizable=0;points=[];" value="Proxy &lt;br&gt;Bedrock Request" vertex="1">
          <mxGeometry relative="1" x="-0.1566" y="-1" as="geometry">
            <mxPoint as="offset" />
          </mxGeometry>
        </mxCell>
        <mxCell id="StVWuoEk6P6bkURyirUW-54" parent="StVWuoEk6P6bkURyirUW-2" style="rounded=0;whiteSpace=wrap;html=1;fillColor=#f5f5f5;fontColor=#333333;strokeColor=#666666;" value="" vertex="1">
          <mxGeometry height="110" width="362.5" x="527.5" y="280" as="geometry" />
        </mxCell>
        <mxCell id="StVWuoEk6P6bkURyirUW-21" parent="StVWuoEk6P6bkURyirUW-2" style="sketch=0;points=[[0,0,0],[0.25,0,0],[0.5,0,0],[0.75,0,0],[1,0,0],[0,1,0],[0.25,1,0],[0.5,1,0],[0.75,1,0],[1,1,0],[0,0.25,0],[0,0.5,0],[0,0.75,0],[1,0.25,0],[1,0.5,0],[1,0.75,0]];outlineConnect=0;fontColor=#232F3E;fillColor=#ED7100;strokeColor=#ffffff;dashed=0;verticalLabelPosition=bottom;verticalAlign=top;align=center;html=1;fontSize=12;fontStyle=0;aspect=fixed;shape=mxgraph.aws4.resourceIcon;resIcon=mxgraph.aws4.ecs;" value="" vertex="1">
          <mxGeometry height="60" width="60" x="545" y="290" as="geometry" />
        </mxCell>
        <mxCell id="StVWuoEk6P6bkURyirUW-19" parent="StVWuoEk6P6bkURyirUW-2" style="sketch=0;points=[[0,0,0],[0.25,0,0],[0.5,0,0],[0.75,0,0],[1,0,0],[0,1,0],[0.25,1,0],[0.5,1,0],[0.75,1,0],[1,1,0],[0,0.25,0],[0,0.5,0],[0,0.75,0],[1,0.25,0],[1,0.5,0],[1,0.75,0]];outlineConnect=0;fontColor=#232F3E;fillColor=#8C4FFF;strokeColor=#ffffff;dashed=0;verticalLabelPosition=bottom;verticalAlign=top;align=center;html=1;fontSize=12;fontStyle=0;aspect=fixed;shape=mxgraph.aws4.resourceIcon;resIcon=mxgraph.aws4.cloud_map;" value="Cloud Map" vertex="1">
          <mxGeometry height="60" width="60" x="687.5" y="105" as="geometry" />
        </mxCell>
        <mxCell id="StVWuoEk6P6bkURyirUW-47" edge="1" parent="StVWuoEk6P6bkURyirUW-2" source="StVWuoEk6P6bkURyirUW-44" style="edgeStyle=orthogonalEdgeStyle;rounded=0;orthogonalLoop=1;jettySize=auto;html=1;" target="StVWuoEk6P6bkURyirUW-19">
          <mxGeometry relative="1" as="geometry" />
        </mxCell>
        <mxCell id="StVWuoEk6P6bkURyirUW-44" parent="StVWuoEk6P6bkURyirUW-2" style="sketch=0;points=[[0,0,0],[0.25,0,0],[0.5,0,0],[0.75,0,0],[1,0,0],[0,1,0],[0.25,1,0],[0.5,1,0],[0.75,1,0],[1,1,0],[0,0.25,0],[0,0.5,0],[0,0.75,0],[1,0.25,0],[1,0.5,0],[1,0.75,0]];outlineConnect=0;fontColor=#232F3E;fillColor=#ED7100;strokeColor=#ffffff;dashed=0;verticalLabelPosition=bottom;verticalAlign=top;align=center;html=1;fontSize=12;fontStyle=0;aspect=fixed;shape=mxgraph.aws4.resourceIcon;resIcon=mxgraph.aws4.ecs;" value="" vertex="1">
          <mxGeometry height="60" width="60" x="687.5" y="290" as="geometry" />
        </mxCell>
        <mxCell id="EmhcJW3lcSZd0dFbVGC8-7" edge="1" parent="StVWuoEk6P6bkURyirUW-2" source="StVWuoEk6P6bkURyirUW-45" style="edgeStyle=orthogonalEdgeStyle;rounded=0;orthogonalLoop=1;jettySize=auto;html=1;" target="StVWuoEk6P6bkURyirUW-19">
          <mxGeometry relative="1" as="geometry">
            <Array as="points">
              <mxPoint x="850" y="240" />
              <mxPoint x="718" y="240" />
            </Array>
          </mxGeometry>
        </mxCell>
        <mxCell id="StVWuoEk6P6bkURyirUW-45" parent="StVWuoEk6P6bkURyirUW-2" style="sketch=0;points=[[0,0,0],[0.25,0,0],[0.5,0,0],[0.75,0,0],[1,0,0],[0,1,0],[0.25,1,0],[0.5,1,0],[0.75,1,0],[1,1,0],[0,0.25,0],[0,0.5,0],[0,0.75,0],[1,0.25,0],[1,0.5,0],[1,0.75,0]];outlineConnect=0;fontColor=#232F3E;fillColor=#ED7100;strokeColor=#ffffff;dashed=0;verticalLabelPosition=bottom;verticalAlign=top;align=center;html=1;fontSize=12;fontStyle=0;aspect=fixed;shape=mxgraph.aws4.resourceIcon;resIcon=mxgraph.aws4.ecs;" value="" vertex="1">
          <mxGeometry height="60" width="60" x="820" y="290" as="geometry" />
        </mxCell>
        <mxCell id="StVWuoEk6P6bkURyirUW-46" edge="1" parent="StVWuoEk6P6bkURyirUW-2" source="StVWuoEk6P6bkURyirUW-21" style="edgeStyle=orthogonalEdgeStyle;rounded=0;orthogonalLoop=1;jettySize=auto;html=1;" target="StVWuoEk6P6bkURyirUW-19">
          <mxGeometry relative="1" as="geometry">
            <Array as="points">
              <mxPoint x="575" y="240" />
              <mxPoint x="718" y="240" />
            </Array>
          </mxGeometry>
        </mxCell>
        <mxCell id="EmhcJW3lcSZd0dFbVGC8-8" connectable="0" parent="StVWuoEk6P6bkURyirUW-46" style="edgeLabel;html=1;align=center;verticalAlign=middle;resizable=0;points=[];" value="Register DNS" vertex="1">
          <mxGeometry relative="1" x="0.5833" y="1" as="geometry">
            <mxPoint as="offset" />
          </mxGeometry>
        </mxCell>
        <mxCell id="StVWuoEk6P6bkURyirUW-55" parent="StVWuoEk6P6bkURyirUW-2" style="text;html=1;whiteSpace=wrap;strokeColor=none;fillColor=none;align=center;verticalAlign=middle;rounded=0;" value="Microservices&lt;br&gt;in Autoscaler Groups" vertex="1">
          <mxGeometry height="30" width="345" x="545" y="360" as="geometry" />
        </mxCell>
        <mxCell id="EmhcJW3lcSZd0dFbVGC8-9" parent="StVWuoEk6P6bkURyirUW-2" style="sketch=0;points=[[0,0,0],[0.25,0,0],[0.5,0,0],[0.75,0,0],[1,0,0],[0,1,0],[0.25,1,0],[0.5,1,0],[0.75,1,0],[1,1,0],[0,0.25,0],[0,0.5,0],[0,0.75,0],[1,0.25,0],[1,0.5,0],[1,0.75,0]];outlineConnect=0;fontColor=#232F3E;fillColor=#E7157B;strokeColor=#ffffff;dashed=0;verticalLabelPosition=bottom;verticalAlign=top;align=center;html=1;fontSize=12;fontStyle=0;aspect=fixed;shape=mxgraph.aws4.resourceIcon;resIcon=mxgraph.aws4.sqs;" value="" vertex="1">
          <mxGeometry height="40" width="40" x="630" y="300" as="geometry" />
        </mxCell>
        <mxCell id="EmhcJW3lcSZd0dFbVGC8-10" parent="StVWuoEk6P6bkURyirUW-2" style="sketch=0;points=[[0,0,0],[0.25,0,0],[0.5,0,0],[0.75,0,0],[1,0,0],[0,1,0],[0.25,1,0],[0.5,1,0],[0.75,1,0],[1,1,0],[0,0.25,0],[0,0.5,0],[0,0.75,0],[1,0.25,0],[1,0.5,0],[1,0.75,0]];outlineConnect=0;fontColor=#232F3E;fillColor=#E7157B;strokeColor=#ffffff;dashed=0;verticalLabelPosition=bottom;verticalAlign=top;align=center;html=1;fontSize=12;fontStyle=0;aspect=fixed;shape=mxgraph.aws4.resourceIcon;resIcon=mxgraph.aws4.sqs;" value="" vertex="1">
          <mxGeometry height="40" width="40" x="766" y="300" as="geometry" />
        </mxCell>
        <mxCell id="_opSp_jGJUgrO-m5j93l-2" parent="StVWuoEk6P6bkURyirUW-2" style="sketch=0;points=[[0,0,0],[0.25,0,0],[0.5,0,0],[0.75,0,0],[1,0,0],[0,1,0],[0.25,1,0],[0.5,1,0],[0.75,1,0],[1,1,0],[0,0.25,0],[0,0.5,0],[0,0.75,0],[1,0.25,0],[1,0.5,0],[1,0.75,0]];outlineConnect=0;fontColor=#232F3E;fillColor=#ED7100;strokeColor=#ffffff;dashed=0;verticalLabelPosition=bottom;verticalAlign=top;align=center;html=1;fontSize=12;fontStyle=0;aspect=fixed;shape=mxgraph.aws4.resourceIcon;resIcon=mxgraph.aws4.lambda;" value="Bedrock Proxy" vertex="1">
          <mxGeometry height="60" width="60" x="280" y="290" as="geometry" />
        </mxCell>
        <mxCell id="StVWuoEk6P6bkURyirUW-42" edge="1" parent="StVWuoEk6P6bkURyirUW-1" source="StVWuoEk6P6bkURyirUW-9" style="edgeStyle=orthogonalEdgeStyle;rounded=0;orthogonalLoop=1;jettySize=auto;html=1;" target="StVWuoEk6P6bkURyirUW-7">
          <mxGeometry relative="1" as="geometry" />
        </mxCell>
        <mxCell id="StVWuoEk6P6bkURyirUW-43" connectable="0" parent="StVWuoEk6P6bkURyirUW-42" style="edgeLabel;html=1;align=center;verticalAlign=middle;resizable=0;points=[];" value="Authenticated User" vertex="1">
          <mxGeometry relative="1" x="0.5003" as="geometry">
            <mxPoint as="offset" />
          </mxGeometry>
        </mxCell>
        <mxCell id="StVWuoEk6P6bkURyirUW-25" edge="1" parent="StVWuoEk6P6bkURyirUW-1" style="edgeStyle=orthogonalEdgeStyle;rounded=0;orthogonalLoop=1;jettySize=auto;html=1;">
          <mxGeometry relative="1" as="geometry">
            <Array as="points">
              <mxPoint x="435" y="180" />
              <mxPoint x="435" y="180" />
            </Array>
            <mxPoint x="365" y="179.99999999999977" as="sourcePoint" />
            <mxPoint x="485" y="179.99999999999977" as="targetPoint" />
          </mxGeometry>
        </mxCell>
        <mxCell id="StVWuoEk6P6bkURyirUW-26" connectable="0" parent="StVWuoEk6P6bkURyirUW-25" style="edgeLabel;html=1;align=center;verticalAlign=middle;resizable=0;points=[];" value="Check Permission" vertex="1">
          <mxGeometry relative="1" x="-0.1224" y="-1" as="geometry">
            <mxPoint as="offset" />
          </mxGeometry>
        </mxCell>
        <mxCell id="StVWuoEk6P6bkURyirUW-16" parent="StVWuoEk6P6bkURyirUW-1" style="sketch=0;points=[[0,0,0],[0.25,0,0],[0.5,0,0],[0.75,0,0],[1,0,0],[0,1,0],[0.25,1,0],[0.5,1,0],[0.75,1,0],[1,1,0],[0,0.25,0],[0,0.5,0],[0,0.75,0],[1,0.25,0],[1,0.5,0],[1,0.75,0]];outlineConnect=0;fontColor=#232F3E;fillColor=#8C4FFF;strokeColor=#ffffff;dashed=0;verticalLabelPosition=bottom;verticalAlign=top;align=center;html=1;fontSize=12;fontStyle=0;aspect=fixed;shape=mxgraph.aws4.resourceIcon;resIcon=mxgraph.aws4.api_gateway;" value="API Gateway" vertex="1">
          <mxGeometry height="60" width="60" x="305" y="160" as="geometry" />
        </mxCell>
        <mxCell id="StVWuoEk6P6bkURyirUW-30" edge="1" parent="StVWuoEk6P6bkURyirUW-1" style="edgeStyle=orthogonalEdgeStyle;rounded=0;orthogonalLoop=1;jettySize=auto;html=1;">
          <mxGeometry relative="1" as="geometry">
            <Array as="points">
              <mxPoint x="425" y="200" />
              <mxPoint x="425" y="200" />
            </Array>
            <mxPoint x="485" y="199.99999999999977" as="sourcePoint" />
            <mxPoint x="365" y="199.99999999999977" as="targetPoint" />
          </mxGeometry>
        </mxCell>
        <mxCell id="StVWuoEk6P6bkURyirUW-31" connectable="0" parent="StVWuoEk6P6bkURyirUW-30" style="edgeLabel;html=1;align=center;verticalAlign=middle;resizable=0;points=[];" value="Allow or Block" vertex="1">
          <mxGeometry relative="1" x="0.1914" y="1" as="geometry">
            <mxPoint x="12" as="offset" />
          </mxGeometry>
        </mxCell>
        <mxCell id="StVWuoEk6P6bkURyirUW-32" edge="1" parent="StVWuoEk6P6bkURyirUW-1" source="StVWuoEk6P6bkURyirUW-17" style="edgeStyle=orthogonalEdgeStyle;rounded=0;orthogonalLoop=1;jettySize=auto;html=1;startArrow=classic;startFill=1;" target="StVWuoEk6P6bkURyirUW-27">
          <mxGeometry relative="1" as="geometry" />
        </mxCell>
        <mxCell id="StVWuoEk6P6bkURyirUW-33" connectable="0" parent="StVWuoEk6P6bkURyirUW-32" style="edgeLabel;html=1;align=center;verticalAlign=middle;resizable=0;points=[];" value="Permissions" vertex="1">
          <mxGeometry relative="1" x="0.1131" as="geometry">
            <mxPoint x="-9" as="offset" />
          </mxGeometry>
        </mxCell>
        <mxCell id="StVWuoEk6P6bkURyirUW-17" parent="StVWuoEk6P6bkURyirUW-1" style="sketch=0;points=[[0,0,0],[0.25,0,0],[0.5,0,0],[0.75,0,0],[1,0,0],[0,1,0],[0.25,1,0],[0.5,1,0],[0.75,1,0],[1,1,0],[0,0.25,0],[0,0.5,0],[0,0.75,0],[1,0.25,0],[1,0.5,0],[1,0.75,0]];outlineConnect=0;fontColor=#232F3E;fillColor=#ED7100;strokeColor=#ffffff;dashed=0;verticalLabelPosition=bottom;verticalAlign=top;align=center;html=1;fontSize=12;fontStyle=0;aspect=fixed;shape=mxgraph.aws4.resourceIcon;resIcon=mxgraph.aws4.lambda;" value="Lambda Verified &lt;br&gt;Permissions Authorizer" vertex="1">
          <mxGeometry height="60" width="60" x="485" y="160" as="geometry" />
        </mxCell>
        <mxCell id="StVWuoEk6P6bkURyirUW-24" edge="1" parent="StVWuoEk6P6bkURyirUW-1" source="StVWuoEk6P6bkURyirUW-18" style="edgeStyle=orthogonalEdgeStyle;rounded=0;orthogonalLoop=1;jettySize=auto;html=1;" target="StVWuoEk6P6bkURyirUW-16">
          <mxGeometry relative="1" as="geometry" />
        </mxCell>
        <mxCell id="StVWuoEk6P6bkURyirUW-18" parent="StVWuoEk6P6bkURyirUW-1" style="sketch=0;points=[[0,0,0],[0.25,0,0],[0.5,0,0],[0.75,0,0],[1,0,0],[0,1,0],[0.25,1,0],[0.5,1,0],[0.75,1,0],[1,1,0],[0,0.25,0],[0,0.5,0],[0,0.75,0],[1,0.25,0],[1,0.5,0],[1,0.75,0]];outlineConnect=0;fontColor=#232F3E;fillColor=#8C4FFF;strokeColor=#ffffff;dashed=0;verticalLabelPosition=bottom;verticalAlign=top;align=center;html=1;fontSize=12;fontStyle=0;aspect=fixed;shape=mxgraph.aws4.resourceIcon;resIcon=mxgraph.aws4.cloudfront;" value="CloudFront" vertex="1">
          <mxGeometry height="60" width="60" x="305" y="30" as="geometry" />
        </mxCell>
        <mxCell id="StVWuoEk6P6bkURyirUW-27" parent="StVWuoEk6P6bkURyirUW-1" style="sketch=0;points=[[0,0,0],[0.25,0,0],[0.5,0,0],[0.75,0,0],[1,0,0],[0,1,0],[0.25,1,0],[0.5,1,0],[0.75,1,0],[1,1,0],[0,0.25,0],[0,0.5,0],[0,0.75,0],[1,0.25,0],[1,0.5,0],[1,0.75,0]];outlineConnect=0;fontColor=#232F3E;fillColor=#DD344C;strokeColor=#ffffff;dashed=0;verticalLabelPosition=bottom;verticalAlign=top;align=center;html=1;fontSize=12;fontStyle=0;aspect=fixed;shape=mxgraph.aws4.resourceIcon;resIcon=mxgraph.aws4.verified_permissions;" value="Verified&lt;br&gt;Permissions" vertex="1">
          <mxGeometry height="60" width="60" x="652" y="160" as="geometry" />
        </mxCell>
        <mxCell id="StVWuoEk6P6bkURyirUW-28" parent="StVWuoEk6P6bkURyirUW-1" style="sketch=0;points=[[0,0,0],[0.25,0,0],[0.5,0,0],[0.75,0,0],[1,0,0],[0,1,0],[0.25,1,0],[0.5,1,0],[0.75,1,0],[1,1,0],[0,0.25,0],[0,0.5,0],[0,0.75,0],[1,0.25,0],[1,0.5,0],[1,0.75,0]];outlineConnect=0;fontColor=#232F3E;fillColor=#DD344C;strokeColor=#ffffff;dashed=0;verticalLabelPosition=bottom;verticalAlign=top;align=center;html=1;fontSize=12;fontStyle=0;aspect=fixed;shape=mxgraph.aws4.resourceIcon;resIcon=mxgraph.aws4.cognito;" value="Cognito" vertex="1">
          <mxGeometry height="60" width="60" x="485" y="30" as="geometry" />
        </mxCell>
        <mxCell id="StVWuoEk6P6bkURyirUW-38" edge="1" parent="StVWuoEk6P6bkURyirUW-1" source="StVWuoEk6P6bkURyirUW-17" style="edgeStyle=orthogonalEdgeStyle;rounded=0;orthogonalLoop=1;jettySize=auto;html=1;" target="StVWuoEk6P6bkURyirUW-28">
          <mxGeometry relative="1" as="geometry">
            <Array as="points">
              <mxPoint x="515" y="60" />
              <mxPoint x="515" y="60" />
            </Array>
            <mxPoint x="515" y="80" as="targetPoint" />
          </mxGeometry>
        </mxCell>
        <mxCell id="StVWuoEk6P6bkURyirUW-39" connectable="0" parent="StVWuoEk6P6bkURyirUW-38" style="edgeLabel;html=1;align=center;verticalAlign=middle;resizable=0;points=[];" value="Get Groups" vertex="1">
          <mxGeometry relative="1" x="0.0284" y="-3" as="geometry">
            <mxPoint x="-3" y="1" as="offset" />
          </mxGeometry>
        </mxCell>
        <mxCell id="StVWuoEk6P6bkURyirUW-20" parent="StVWuoEk6P6bkURyirUW-1" style="sketch=0;points=[[0,0,0],[0.25,0,0],[0.5,0,0],[0.75,0,0],[1,0,0],[0,1,0],[0.25,1,0],[0.5,1,0],[0.75,1,0],[1,1,0],[0,0.25,0],[0,0.5,0],[0,0.75,0],[1,0.25,0],[1,0.5,0],[1,0.75,0]];outlineConnect=0;fontColor=#232F3E;fillColor=#C925D1;strokeColor=#ffffff;dashed=0;verticalLabelPosition=bottom;verticalAlign=top;align=center;html=1;fontSize=12;fontStyle=0;aspect=fixed;shape=mxgraph.aws4.resourceIcon;resIcon=mxgraph.aws4.dynamodb;" value="DynamoDB" vertex="1">
          <mxGeometry height="60" width="60" x="840" y="760" as="geometry" />
        </mxCell>
        <mxCell id="StVWuoEk6P6bkURyirUW-56" edge="1" parent="StVWuoEk6P6bkURyirUW-1" source="StVWuoEk6P6bkURyirUW-45" style="edgeStyle=orthogonalEdgeStyle;rounded=0;orthogonalLoop=1;jettySize=auto;html=1;startArrow=classic;startFill=1;" target="StVWuoEk6P6bkURyirUW-20">
          <mxGeometry relative="1" as="geometry" />
        </mxCell>
        <mxCell id="StVWuoEk6P6bkURyirUW-57" connectable="0" parent="StVWuoEk6P6bkURyirUW-56" style="edgeLabel;html=1;align=center;verticalAlign=middle;resizable=0;points=[];" value="Store&lt;br&gt;Data" vertex="1">
          <mxGeometry relative="1" x="0.328" y="-1" as="geometry">
            <mxPoint as="offset" />
          </mxGeometry>
        </mxCell>
        <mxCell id="StVWuoEk6P6bkURyirUW-52" parent="StVWuoEk6P6bkURyirUW-1" style="sketch=0;points=[[0,0,0],[0.25,0,0],[0.5,0,0],[0.75,0,0],[1,0,0],[0,1,0],[0.25,1,0],[0.5,1,0],[0.75,1,0],[1,1,0],[0,0.25,0],[0,0.5,0],[0,0.75,0],[1,0.25,0],[1,0.5,0],[1,0.75,0]];outlineConnect=0;fontColor=#232F3E;fillColor=#ED7100;strokeColor=#ffffff;dashed=0;verticalLabelPosition=bottom;verticalAlign=top;align=center;html=1;fontSize=12;fontStyle=0;aspect=fixed;shape=mxgraph.aws4.resourceIcon;resIcon=mxgraph.aws4.ecr;" value="ECR" vertex="1">
          <mxGeometry height="60" width="60" x="440" y="765" as="geometry" />
        </mxCell>
        <mxCell id="StVWuoEk6P6bkURyirUW-58" edge="1" parent="StVWuoEk6P6bkURyirUW-1" source="StVWuoEk6P6bkURyirUW-8" style="edgeStyle=orthogonalEdgeStyle;rounded=0;orthogonalLoop=1;jettySize=auto;html=1;startArrow=classic;startFill=1;endArrow=none;endFill=0;" target="StVWuoEk6P6bkURyirUW-52">
          <mxGeometry relative="1" as="geometry">
            <Array as="points">
              <mxPoint x="595" y="800" />
            </Array>
          </mxGeometry>
        </mxCell>
        <mxCell id="StVWuoEk6P6bkURyirUW-59" connectable="0" parent="StVWuoEk6P6bkURyirUW-58" style="edgeLabel;html=1;align=center;verticalAlign=middle;resizable=0;points=[];" value="Provide&lt;br&gt;Image" vertex="1">
          <mxGeometry relative="1" x="0.2066" y="1" as="geometry">
            <mxPoint x="-1" y="25" as="offset" />
          </mxGeometry>
        </mxCell>
        <mxCell id="EmhcJW3lcSZd0dFbVGC8-3" edge="1" parent="StVWuoEk6P6bkURyirUW-1" source="StVWuoEk6P6bkURyirUW-16" style="edgeStyle=orthogonalEdgeStyle;rounded=0;orthogonalLoop=1;jettySize=auto;html=1;" target="StVWuoEk6P6bkURyirUW-9" value="">
          <mxGeometry relative="1" as="geometry">
            <mxPoint x="345" y="70" as="sourcePoint" />
            <mxPoint x="345" y="280" as="targetPoint" />
          </mxGeometry>
        </mxCell>
        <mxCell id="StVWuoEk6P6bkURyirUW-9" parent="StVWuoEk6P6bkURyirUW-1" style="sketch=0;outlineConnect=0;fontColor=#232F3E;gradientColor=none;strokeColor=#232F3E;fillColor=#ffffff;dashed=0;verticalLabelPosition=bottom;verticalAlign=top;align=center;html=1;fontSize=12;fontStyle=0;aspect=fixed;shape=mxgraph.aws4.resourceIcon;resIcon=mxgraph.aws4.internet_gateway;" value="Internet&lt;br&gt;gateway" vertex="1">
          <mxGeometry height="40" width="40" x="315" y="270" as="geometry" />
        </mxCell>
        <mxCell id="EmhcJW3lcSZd0dFbVGC8-5" edge="1" parent="StVWuoEk6P6bkURyirUW-1" source="StVWuoEk6P6bkURyirUW-21" style="edgeStyle=orthogonalEdgeStyle;rounded=0;orthogonalLoop=1;jettySize=auto;html=1;startArrow=classic;startFill=1;endArrow=none;endFill=0;" target="StVWuoEk6P6bkURyirUW-8" value="">
          <mxGeometry relative="1" as="geometry">
            <mxPoint x="605" y="430" as="sourcePoint" />
            <mxPoint x="605" y="555" as="targetPoint" />
          </mxGeometry>
        </mxCell>
        <mxCell id="StVWuoEk6P6bkURyirUW-8" parent="StVWuoEk6P6bkURyirUW-1" style="sketch=0;outlineConnect=0;fontColor=#232F3E;gradientColor=none;strokeColor=#232F3E;fillColor=#ffffff;dashed=0;verticalLabelPosition=bottom;verticalAlign=top;align=center;html=1;fontSize=12;fontStyle=0;aspect=fixed;shape=mxgraph.aws4.resourceIcon;resIcon=mxgraph.aws4.internet_gateway;" value="Egress-Only&lt;br&gt;IPv6 Internet&lt;br&gt;gateway" vertex="1">
          <mxGeometry height="40" width="40" x="575" y="680" as="geometry" />
        </mxCell>
        <mxCell id="_opSp_jGJUgrO-m5j93l-1" parent="StVWuoEk6P6bkURyirUW-1" style="sketch=0;points=[[0,0,0],[0.25,0,0],[0.5,0,0],[0.75,0,0],[1,0,0],[0,1,0],[0.25,1,0],[0.5,1,0],[0.75,1,0],[1,1,0],[0,0.25,0],[0,0.5,0],[0,0.75,0],[1,0.25,0],[1,0.5,0],[1,0.75,0]];outlineConnect=0;fontColor=#232F3E;fillColor=#01A88D;strokeColor=#ffffff;dashed=0;verticalLabelPosition=bottom;verticalAlign=top;align=center;html=1;fontSize=12;fontStyle=0;aspect=fixed;shape=mxgraph.aws4.resourceIcon;resIcon=mxgraph.aws4.bedrock;" value="" vertex="1">
          <mxGeometry height="60" width="60" x="300" y="760" as="geometry" />
        </mxCell>
        <mxCell id="_opSp_jGJUgrO-m5j93l-3" edge="1" parent="StVWuoEk6P6bkURyirUW-1" source="_opSp_jGJUgrO-m5j93l-2" style="edgeStyle=orthogonalEdgeStyle;rounded=0;orthogonalLoop=1;jettySize=auto;html=1;" target="_opSp_jGJUgrO-m5j93l-1">
          <mxGeometry relative="1" as="geometry" />
        </mxCell>
        <mxCell id="N5dkdjC5FJ6p_VYBFl8V-2" parent="StVWuoEk6P6bkURyirUW-1" style="sketch=0;points=[[0,0,0],[0.25,0,0],[0.5,0,0],[0.75,0,0],[1,0,0],[0,1,0],[0.25,1,0],[0.5,1,0],[0.75,1,0],[1,1,0],[0,0.25,0],[0,0.5,0],[0,0.75,0],[1,0.25,0],[1,0.5,0],[1,0.75,0]];outlineConnect=0;fontColor=#232F3E;fillColor=#7AA116;strokeColor=#ffffff;dashed=0;verticalLabelPosition=bottom;verticalAlign=top;align=center;html=1;fontSize=12;fontStyle=0;aspect=fixed;shape=mxgraph.aws4.resourceIcon;resIcon=mxgraph.aws4.s3;" value="S3" vertex="1">
          <mxGeometry height="60" width="60" x="707.5" y="760" as="geometry" />
        </mxCell>
        <mxCell id="N5dkdjC5FJ6p_VYBFl8V-3" edge="1" parent="StVWuoEk6P6bkURyirUW-1" source="StVWuoEk6P6bkURyirUW-44" style="edgeStyle=orthogonalEdgeStyle;rounded=0;orthogonalLoop=1;jettySize=auto;html=1;" target="N5dkdjC5FJ6p_VYBFl8V-2">
          <mxGeometry relative="1" as="geometry" />
        </mxCell>
        <mxCell id="N5dkdjC5FJ6p_VYBFl8V-4" connectable="0" parent="N5dkdjC5FJ6p_VYBFl8V-3" style="edgeLabel;html=1;align=center;verticalAlign=middle;resizable=0;points=[];" value="Store Uploaded PDFs" vertex="1">
          <mxGeometry relative="1" x="0.5434" y="1" as="geometry">
            <mxPoint as="offset" />
          </mxGeometry>
        </mxCell>
        <mxCell id="StVWuoEk6P6bkURyirUW-11" parent="1" style="shape=umlActor;verticalLabelPosition=bottom;verticalAlign=top;html=1;outlineConnect=0;" value="Actor" vertex="1">
          <mxGeometry height="60" width="30" x="330" y="-340" as="geometry" />
        </mxCell>
        <mxCell id="StVWuoEk6P6bkURyirUW-22" edge="1" parent="1" source="StVWuoEk6P6bkURyirUW-11" style="edgeStyle=orthogonalEdgeStyle;rounded=0;orthogonalLoop=1;jettySize=auto;html=1;" target="StVWuoEk6P6bkURyirUW-18">
          <mxGeometry relative="1" as="geometry" />
        </mxCell>
        <mxCell id="StVWuoEk6P6bkURyirUW-23" connectable="0" parent="StVWuoEk6P6bkURyirUW-22" style="edgeLabel;html=1;align=center;verticalAlign=middle;resizable=0;points=[];" value="msa26-peer-review.fh-wedel.dev" vertex="1">
          <mxGeometry relative="1" x="-0.2754" y="-1" as="geometry">
            <mxPoint x="1" y="14" as="offset" />
          </mxGeometry>
        </mxCell>
        <mxCell id="StVWuoEk6P6bkURyirUW-34" edge="1" parent="1" source="StVWuoEk6P6bkURyirUW-11" style="edgeStyle=orthogonalEdgeStyle;rounded=0;orthogonalLoop=1;jettySize=auto;html=1;startArrow=classic;startFill=1;" target="StVWuoEk6P6bkURyirUW-28">
          <mxGeometry relative="1" as="geometry" />
        </mxCell>
        <mxCell id="StVWuoEk6P6bkURyirUW-35" connectable="0" parent="StVWuoEk6P6bkURyirUW-34" style="edgeLabel;html=1;align=center;verticalAlign=middle;resizable=0;points=[];" value="Log in" vertex="1">
          <mxGeometry relative="1" x="-0.0444" as="geometry">
            <mxPoint y="31" as="offset" />
          </mxGeometry>
        </mxCell>
      </root>
    </mxGraphModel>
  </diagram>
</mxfile>
